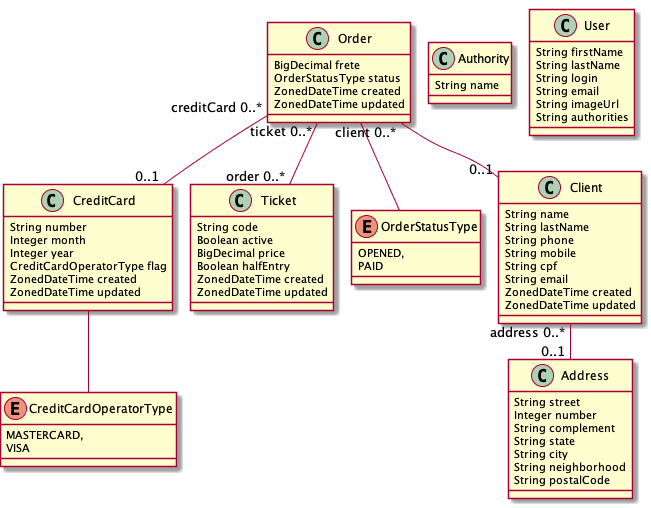
The PlantUML diagram jm-87-online-ticket-sale/der.png in General-Studies/domain-driven-design, before a commit.
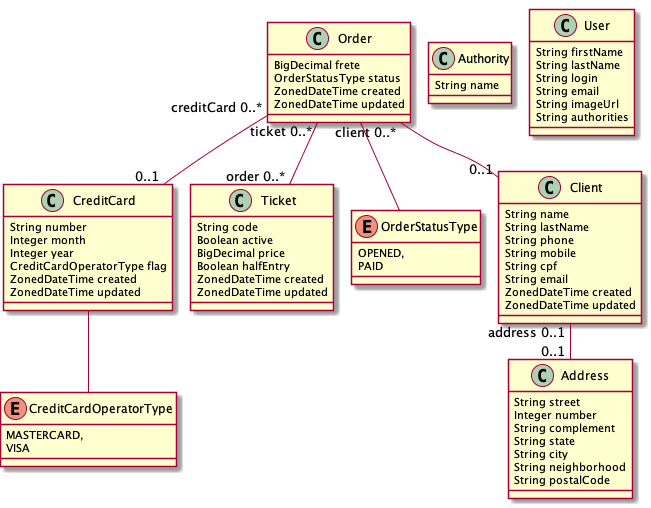
The same file after the commit.

Diff of the diagram source:
```diff
@@ -52,9 +52,9 @@
 		String neighborhood
 		String postalCode
 	}
+	Client  "address 0..1 " -- "0..1 "  Address
 	Order  "creditCard 0..* " o-- "0..1 "  CreditCard
 	Order  "client 0..* " o-- "0..1 "  Client
-	Client  "address 0..* " o-- "0..1 "  Address
 	Order  "ticket 0..* " o--o "order 0..* "  Ticket
 	class Authority  {
 		String name
```
